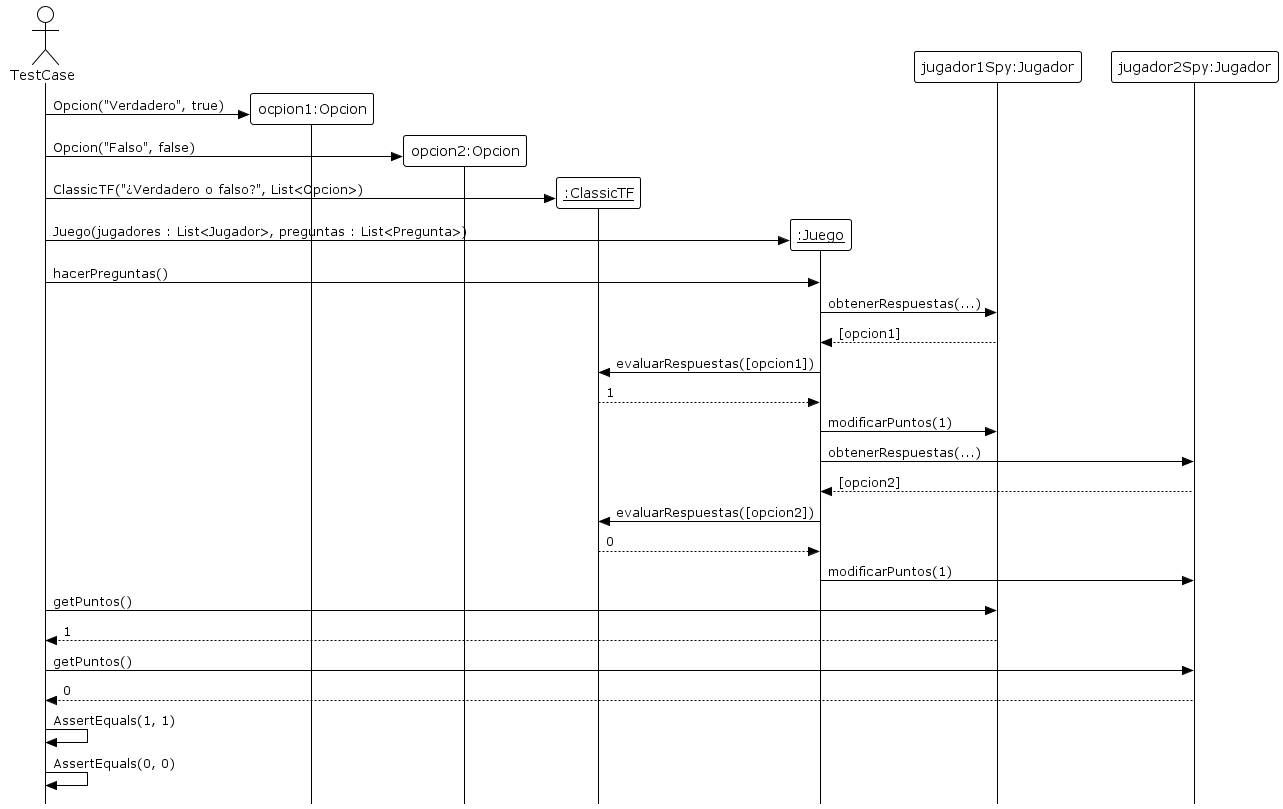
lautiland/TP2-ALGO3-ALGOHOOT keeps this PlantUML diagram as diagrams/sequences/secuencia_test01.png. Above is the earlier version.
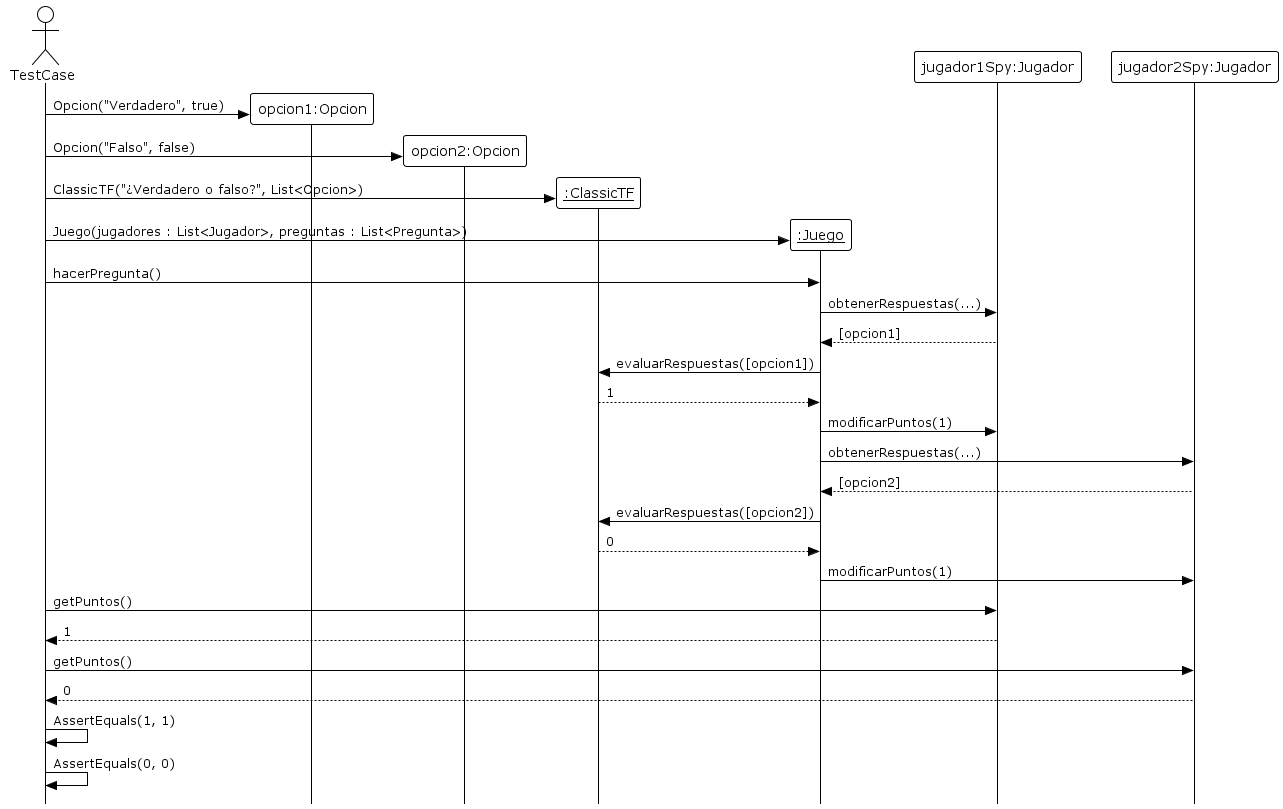
The same file after the commit.

The edit, as a diff of the source:
```diff
@@ -5,8 +5,8 @@
 
 Actor TestCase
 
-create "ocpion1:Opcion"
-TestCase -> "ocpion1:Opcion" : Opcion("Verdadero", true)
+create "opcion1:Opcion"
+TestCase -> "opcion1:Opcion" : Opcion("Verdadero", true)
 
 create "opcion2:Opcion"
 TestCase -> "opcion2:Opcion" : Opcion("Falso", false)
@@ -17,7 +17,7 @@
 create "__:Juego__"
 TestCase -> "__:Juego__" : Juego(jugadores : List<Jugador>, preguntas : List<Pregunta>)
 
-TestCase -> "__:Juego__" : hacerPreguntas()
+TestCase -> "__:Juego__" : hacerPregunta()
 
 "__:Juego__" -> "jugador1Spy:Jugador" : obtenerRespuestas(...)
 "__:Juego__" <-- "jugador1Spy:Jugador" : [opcion1]
```
